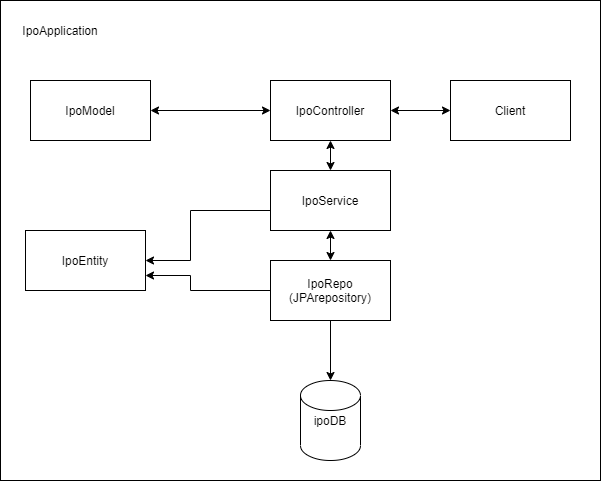
Above: companydetails/UML Diagrams/ipo arch block.png in shubhgsgarg/stockmarket_backend (draw.io), before the change. Source tidied: cells renumbered, new cells last; positions are measured from the earlier drawing's top-left corner, leaving out a move shared by most shapes. Source of this version:
```xml
<mxGraphModel>
  <root>
    <mxCell id="0" />
    <mxCell id="1" parent="0" />
    <mxCell id="2" style="rounded=0;whiteSpace=wrap;html=1;" parent="1" vertex="1">
      <mxGeometry width="600" height="480" as="geometry" />
    </mxCell>
    <mxCell id="3" value="IpoModel&lt;br&gt;" style="rounded=0;whiteSpace=wrap;html=1;" parent="1" vertex="1">
      <mxGeometry x="30" y="80" width="120" height="60" as="geometry" />
    </mxCell>
    <mxCell id="4" value="IpoController" style="rounded=0;whiteSpace=wrap;html=1;" parent="1" vertex="1">
      <mxGeometry x="270" y="80" width="120" height="60" as="geometry" />
    </mxCell>
    <mxCell id="5" style="edgeStyle=orthogonalEdgeStyle;rounded=0;jettySize=auto;html=1;entryX=1;entryY=0.5;entryDx=0;entryDy=0;" parent="1" edge="1" source="6" target="14">
      <mxGeometry relative="1" as="geometry">
        <Array as="points">
          <mxPoint x="190" y="210" />
          <mxPoint x="190" y="260" />
        </Array>
      </mxGeometry>
    </mxCell>
    <mxCell id="6" value="IpoService" style="rounded=0;whiteSpace=wrap;html=1;" parent="1" vertex="1">
      <mxGeometry x="270" y="170" width="120" height="60" as="geometry" />
    </mxCell>
    <mxCell id="7" style="edgeStyle=orthogonalEdgeStyle;rounded=0;jettySize=auto;html=1;entryX=1;entryY=0.75;entryDx=0;entryDy=0;" parent="1" edge="1" source="9" target="14">
      <mxGeometry relative="1" as="geometry">
        <Array as="points">
          <mxPoint x="190" y="290" />
          <mxPoint x="190" y="275" />
        </Array>
      </mxGeometry>
    </mxCell>
    <mxCell id="8" style="edgeStyle=orthogonalEdgeStyle;rounded=0;jettySize=auto;html=1;" parent="1" edge="1" source="9" target="10">
      <mxGeometry relative="1" as="geometry" />
    </mxCell>
    <mxCell id="9" value="IpoRepo&lt;br&gt;(JPArepository)" style="rounded=0;whiteSpace=wrap;html=1;" parent="1" vertex="1">
      <mxGeometry x="270" y="260" width="120" height="60" as="geometry" />
    </mxCell>
    <mxCell id="10" value="ipoDB" style="shape=cylinder2;whiteSpace=wrap;html=1;boundedLbl=1;backgroundOutline=1;size=15;" parent="1" vertex="1">
      <mxGeometry x="300" y="380" width="60" height="80" as="geometry" />
    </mxCell>
    <mxCell id="11" style="endArrow=classic;startArrow=classic;html=1;entryX=0.5;entryY=1;entryDx=0;entryDy=0;exitX=0.5;exitY=0;exitDx=0;exitDy=0;" parent="1" edge="1" source="6" target="4">
      <mxGeometry relative="1" as="geometry" />
    </mxCell>
    <mxCell id="12" style="endArrow=classic;startArrow=classic;html=1;entryX=0.5;entryY=0;entryDx=0;entryDy=0;exitX=0.5;exitY=1;exitDx=0;exitDy=0;" parent="1" edge="1" source="6" target="9">
      <mxGeometry relative="1" as="geometry" />
    </mxCell>
    <mxCell id="13" value="IpoApplication" style="text;html=1;strokeColor=none;fillColor=none;align=center;verticalAlign=middle;whiteSpace=wrap;rounded=0;" parent="1" vertex="1">
      <mxGeometry x="40" y="20" width="40" height="20" as="geometry" />
    </mxCell>
    <mxCell id="14" value="IpoEntity" style="rounded=0;whiteSpace=wrap;html=1;" parent="1" vertex="1">
      <mxGeometry x="25" y="230" width="120" height="60" as="geometry" />
    </mxCell>
    <mxCell id="15" style="endArrow=classic;startArrow=classic;html=1;entryX=0;entryY=0.5;entryDx=0;entryDy=0;exitX=1;exitY=0.5;exitDx=0;exitDy=0;" parent="1" edge="1" source="3" target="4">
      <mxGeometry relative="1" as="geometry" />
    </mxCell>
    <mxCell id="16" value="Client" style="rounded=0;whiteSpace=wrap;html=1;" parent="1" vertex="1">
      <mxGeometry x="450" y="80" width="120" height="60" as="geometry" />
    </mxCell>
    <mxCell id="17" style="endArrow=classic;startArrow=classic;html=1;entryX=0;entryY=0.5;entryDx=0;entryDy=0;exitX=1;exitY=0.5;exitDx=0;exitDy=0;" parent="1" edge="1" source="4" target="16">
      <mxGeometry relative="1" as="geometry" />
    </mxCell>
  </root>
</mxGraphModel>
```
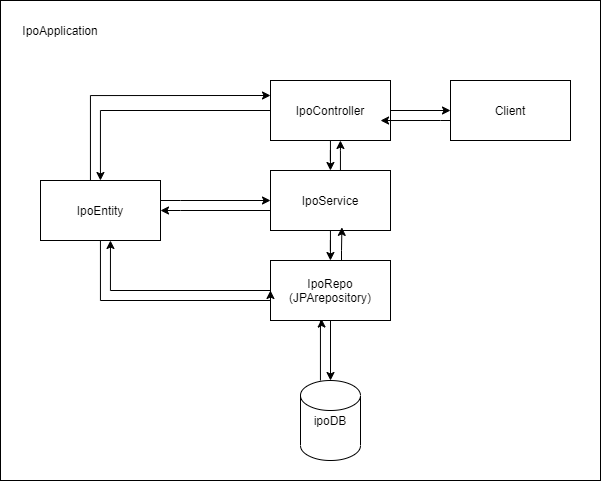
After the change.

Diff of the diagram source:
```diff
@@ -5,60 +5,111 @@
     <mxCell id="2" style="rounded=0;whiteSpace=wrap;html=1;" parent="1" vertex="1">
       <mxGeometry width="600" height="480" as="geometry" />
     </mxCell>
-    <mxCell id="3" value="IpoModel&lt;br&gt;" style="rounded=0;whiteSpace=wrap;html=1;" parent="1" vertex="1">
-      <mxGeometry x="30" y="80" width="120" height="60" as="geometry" />
+    <mxCell id="3" style="edgeStyle=orthogonalEdgeStyle;rounded=0;jettySize=auto;html=1;" parent="1" edge="1" source="6" target="21">
+      <mxGeometry relative="1" as="geometry" />
     </mxCell>
-    <mxCell id="4" value="IpoController" style="rounded=0;whiteSpace=wrap;html=1;" parent="1" vertex="1">
-      <mxGeometry x="270" y="80" width="120" height="60" as="geometry" />
+    <mxCell id="4" style="edgeStyle=orthogonalEdgeStyle;rounded=0;jettySize=auto;html=1;" parent="1" edge="1" source="6" target="10">
+      <mxGeometry relative="1" as="geometry" />
     </mxCell>
-    <mxCell id="5" style="edgeStyle=orthogonalEdgeStyle;rounded=0;jettySize=auto;html=1;entryX=1;entryY=0.5;entryDx=0;entryDy=0;" parent="1" edge="1" source="6" target="14">
-      <mxGeometry relative="1" as="geometry">
-        <Array as="points">
-          <mxPoint x="190" y="210" />
-          <mxPoint x="190" y="260" />
-        </Array>
-      </mxGeometry>
+    <mxCell id="5" style="edgeStyle=orthogonalEdgeStyle;rounded=0;jettySize=auto;html=1;" parent="1" edge="1" source="6" target="23">
+      <mxGeometry relative="1" as="geometry" />
     </mxCell>
-    <mxCell id="6" value="IpoService" style="rounded=0;whiteSpace=wrap;html=1;" parent="1" vertex="1">
-      <mxGeometry x="270" y="170" width="120" height="60" as="geometry" />
+    <mxCell id="6" value="IpoController" style="rounded=0;whiteSpace=wrap;html=1;" parent="1" vertex="1">
+      <mxGeometry x="270" y="80" width="120" height="60" as="geometry" />
     </mxCell>
-    <mxCell id="7" style="edgeStyle=orthogonalEdgeStyle;rounded=0;jettySize=auto;html=1;entryX=1;entryY=0.75;entryDx=0;entryDy=0;" parent="1" edge="1" source="9" target="14">
+    <mxCell id="7" style="edgeStyle=orthogonalEdgeStyle;rounded=0;jettySize=auto;html=1;entryX=1;entryY=0.5;entryDx=0;entryDy=0;" parent="1" edge="1" source="10" target="21">
       <mxGeometry relative="1" as="geometry">
         <Array as="points">
-          <mxPoint x="190" y="290" />
-          <mxPoint x="190" y="275" />
+          <mxPoint x="180" y="210" />
+          <mxPoint x="180" y="210" />
         </Array>
       </mxGeometry>
     </mxCell>
-    <mxCell id="8" style="edgeStyle=orthogonalEdgeStyle;rounded=0;jettySize=auto;html=1;" parent="1" edge="1" source="9" target="10">
+    <mxCell id="8" style="edgeStyle=orthogonalEdgeStyle;rounded=0;jettySize=auto;html=1;" parent="1" edge="1" source="10" target="14">
       <mxGeometry relative="1" as="geometry" />
     </mxCell>
-    <mxCell id="9" value="IpoRepo&lt;br&gt;(JPArepository)" style="rounded=0;whiteSpace=wrap;html=1;" parent="1" vertex="1">
-      <mxGeometry x="270" y="260" width="120" height="60" as="geometry" />
+    <mxCell id="9" style="edgeStyle=orthogonalEdgeStyle;rounded=0;jettySize=auto;html=1;" parent="1" edge="1" source="10" target="6">
+      <mxGeometry relative="1" as="geometry">
+        <Array as="points">
+          <mxPoint x="340" y="150" />
+          <mxPoint x="340" y="150" />
+        </Array>
+      </mxGeometry>
     </mxCell>
-    <mxCell id="10" value="ipoDB" style="shape=cylinder2;whiteSpace=wrap;html=1;boundedLbl=1;backgroundOutline=1;size=15;" parent="1" vertex="1">
-      <mxGeometry x="300" y="380" width="60" height="80" as="geometry" />
+    <mxCell id="10" value="IpoService" style="rounded=0;whiteSpace=wrap;html=1;" parent="1" vertex="1">
+      <mxGeometry x="270" y="170" width="120" height="60" as="geometry" />
     </mxCell>
-    <mxCell id="11" style="endArrow=classic;startArrow=classic;html=1;entryX=0.5;entryY=1;entryDx=0;entryDy=0;exitX=0.5;exitY=0;exitDx=0;exitDy=0;" parent="1" edge="1" source="6" target="4">
-      <mxGeometry relative="1" as="geometry" />
+    <mxCell id="11" style="edgeStyle=orthogonalEdgeStyle;rounded=0;jettySize=auto;html=1;entryX=0.583;entryY=1;entryDx=0;entryDy=0;entryPerimeter=0;" parent="1" edge="1" source="14" target="21">
+      <mxGeometry relative="1" as="geometry">
+        <Array as="points">
+          <mxPoint x="110" y="290" />
+        </Array>
+      </mxGeometry>
     </mxCell>
-    <mxCell id="12" style="endArrow=classic;startArrow=classic;html=1;entryX=0.5;entryY=0;entryDx=0;entryDy=0;exitX=0.5;exitY=1;exitDx=0;exitDy=0;" parent="1" edge="1" source="6" target="9">
+    <mxCell id="12" style="edgeStyle=orthogonalEdgeStyle;rounded=0;jettySize=auto;html=1;" parent="1" edge="1" source="14" target="16">
       <mxGeometry relative="1" as="geometry" />
     </mxCell>
-    <mxCell id="13" value="IpoApplication" style="text;html=1;strokeColor=none;fillColor=none;align=center;verticalAlign=middle;whiteSpace=wrap;rounded=0;" parent="1" vertex="1">
-      <mxGeometry x="40" y="20" width="40" height="20" as="geometry" />
+    <mxCell id="13" style="edgeStyle=orthogonalEdgeStyle;rounded=0;jettySize=auto;html=1;entryX=0.595;entryY=0.948;entryDx=0;entryDy=0;entryPerimeter=0;" parent="1" edge="1" source="14" target="10">
+      <mxGeometry relative="1" as="geometry">
+        <Array as="points">
+          <mxPoint x="341" y="250" />
+          <mxPoint x="341" y="250" />
+        </Array>
+      </mxGeometry>
     </mxCell>
-    <mxCell id="14" value="IpoEntity" style="rounded=0;whiteSpace=wrap;html=1;" parent="1" vertex="1">
-      <mxGeometry x="25" y="230" width="120" height="60" as="geometry" />
+    <mxCell id="14" value="IpoRepo&lt;br&gt;(JPArepository)" style="rounded=0;whiteSpace=wrap;html=1;" parent="1" vertex="1">
+      <mxGeometry x="270" y="260" width="120" height="60" as="geometry" />
     </mxCell>
-    <mxCell id="15" style="endArrow=classic;startArrow=classic;html=1;entryX=0;entryY=0.5;entryDx=0;entryDy=0;exitX=1;exitY=0.5;exitDx=0;exitDy=0;" parent="1" edge="1" source="3" target="4">
-      <mxGeometry relative="1" as="geometry" />
+    <mxCell id="15" style="edgeStyle=orthogonalEdgeStyle;rounded=0;jettySize=auto;html=1;entryX=0.426;entryY=0.976;entryDx=0;entryDy=0;entryPerimeter=0;" parent="1" edge="1" source="16" target="14">
+      <mxGeometry relative="1" as="geometry">
+        <Array as="points">
+          <mxPoint x="320" y="320" />
+          <mxPoint x="321" y="320" />
+        </Array>
+      </mxGeometry>
     </mxCell>
-    <mxCell id="16" value="Client" style="rounded=0;whiteSpace=wrap;html=1;" parent="1" vertex="1">
-      <mxGeometry x="450" y="80" width="120" height="60" as="geometry" />
+    <mxCell id="16" value="ipoDB" style="shape=cylinder2;whiteSpace=wrap;html=1;boundedLbl=1;backgroundOutline=1;size=15;" parent="1" vertex="1">
+      <mxGeometry x="300" y="380" width="60" height="80" as="geometry" />
     </mxCell>
-    <mxCell id="17" style="endArrow=classic;startArrow=classic;html=1;entryX=0;entryY=0.5;entryDx=0;entryDy=0;exitX=1;exitY=0.5;exitDx=0;exitDy=0;" parent="1" edge="1" source="4" target="16">
-      <mxGeometry relative="1" as="geometry" />
+    <mxCell id="17" value="IpoApplication" style="text;html=1;strokeColor=none;fillColor=none;align=center;verticalAlign=middle;whiteSpace=wrap;rounded=0;" parent="1" vertex="1">
+      <mxGeometry x="40" y="20" width="40" height="20" as="geometry" />
     </mxCell>
+    <mxCell id="18" style="edgeStyle=orthogonalEdgeStyle;rounded=0;jettySize=auto;html=1;entryX=0;entryY=0.25;entryDx=0;entryDy=0;" parent="1" edge="1" source="21" target="6">
+      <mxGeometry relative="1" as="geometry">
+        <Array as="points">
+          <mxPoint x="90" y="95" />
+        </Array>
+      </mxGeometry>
+    </mxCell>
+    <mxCell id="19" style="edgeStyle=orthogonalEdgeStyle;rounded=0;jettySize=auto;html=1;" parent="1" edge="1" source="21" target="10">
+      <mxGeometry relative="1" as="geometry">
+        <Array as="points">
+          <mxPoint x="180" y="200" />
+          <mxPoint x="180" y="200" />
+        </Array>
+      </mxGeometry>
+    </mxCell>
+    <mxCell id="20" style="edgeStyle=orthogonalEdgeStyle;rounded=0;jettySize=auto;html=1;entryX=0;entryY=0.5;entryDx=0;entryDy=0;" parent="1" edge="1" source="21" target="14">
+      <mxGeometry relative="1" as="geometry">
+        <Array as="points">
+          <mxPoint x="100" y="300" />
+          <mxPoint x="270" y="300" />
+        </Array>
+      </mxGeometry>
+    </mxCell>
+    <mxCell id="21" value="IpoEntity" style="rounded=0;whiteSpace=wrap;html=1;" parent="1" vertex="1">
+      <mxGeometry x="40" y="180" width="120" height="60" as="geometry" />
+    </mxCell>
+    <mxCell id="22" style="edgeStyle=orthogonalEdgeStyle;rounded=0;jettySize=auto;html=1;entryX=0.917;entryY=0.667;entryDx=0;entryDy=0;entryPerimeter=0;" parent="1" edge="1" source="23" target="6">
+      <mxGeometry relative="1" as="geometry">
+        <Array as="points">
+          <mxPoint x="440" y="120" />
+          <mxPoint x="440" y="120" />
+        </Array>
+      </mxGeometry>
+    </mxCell>
+    <mxCell id="23" value="Client" style="rounded=0;whiteSpace=wrap;html=1;" parent="1" vertex="1">
+      <mxGeometry x="450" y="80" width="120" height="60" as="geometry" />
+    </mxCell>
   </root>
 </mxGraphModel>
```
